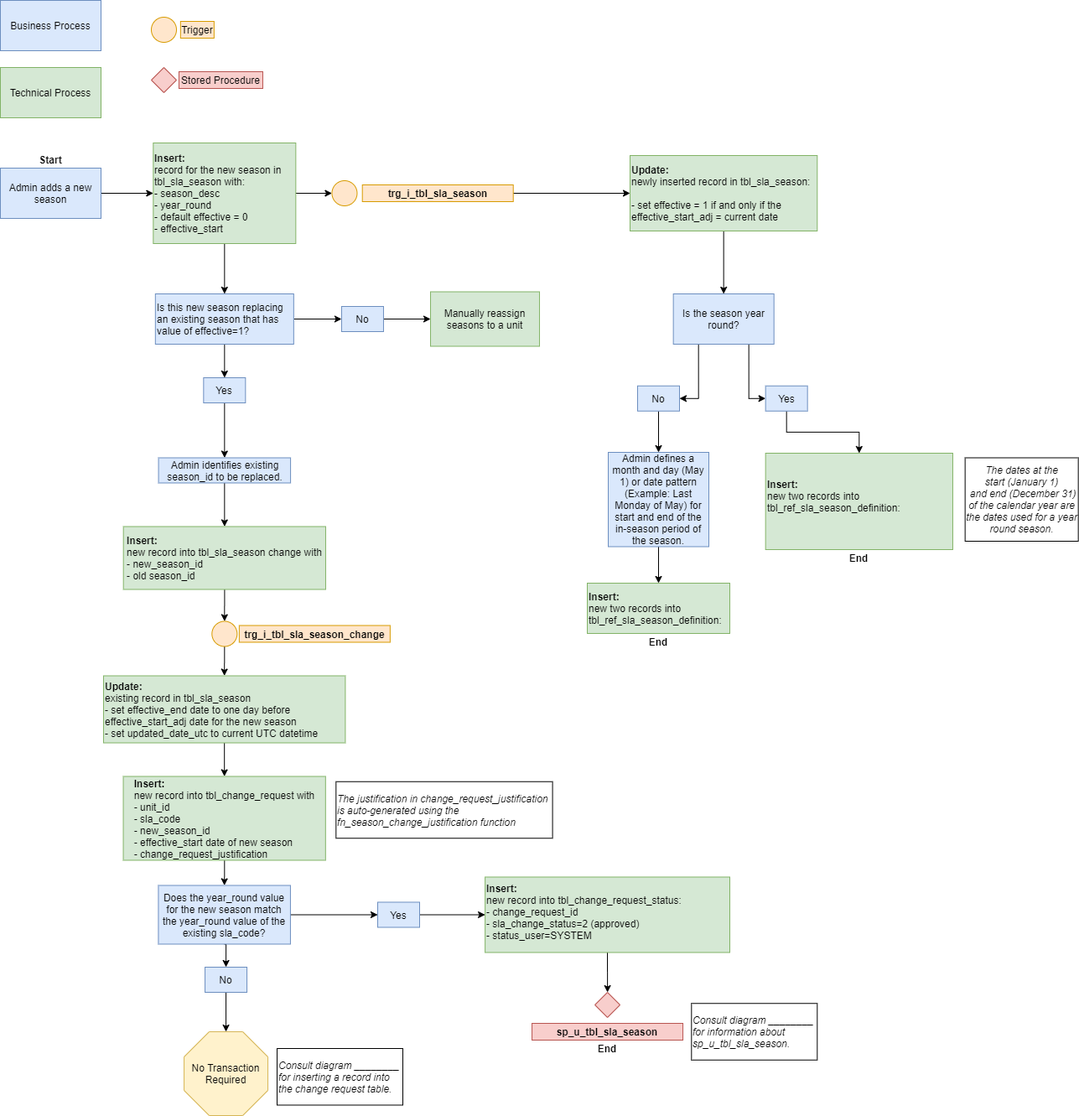
The draw.io diagram images/trg_season_change.png in NYC-Parks/SLADB, before a commit. Source tidied: cells renumbered, new cells last; positions are measured from the earlier drawing's top-left corner, leaving out a move shared by most shapes.
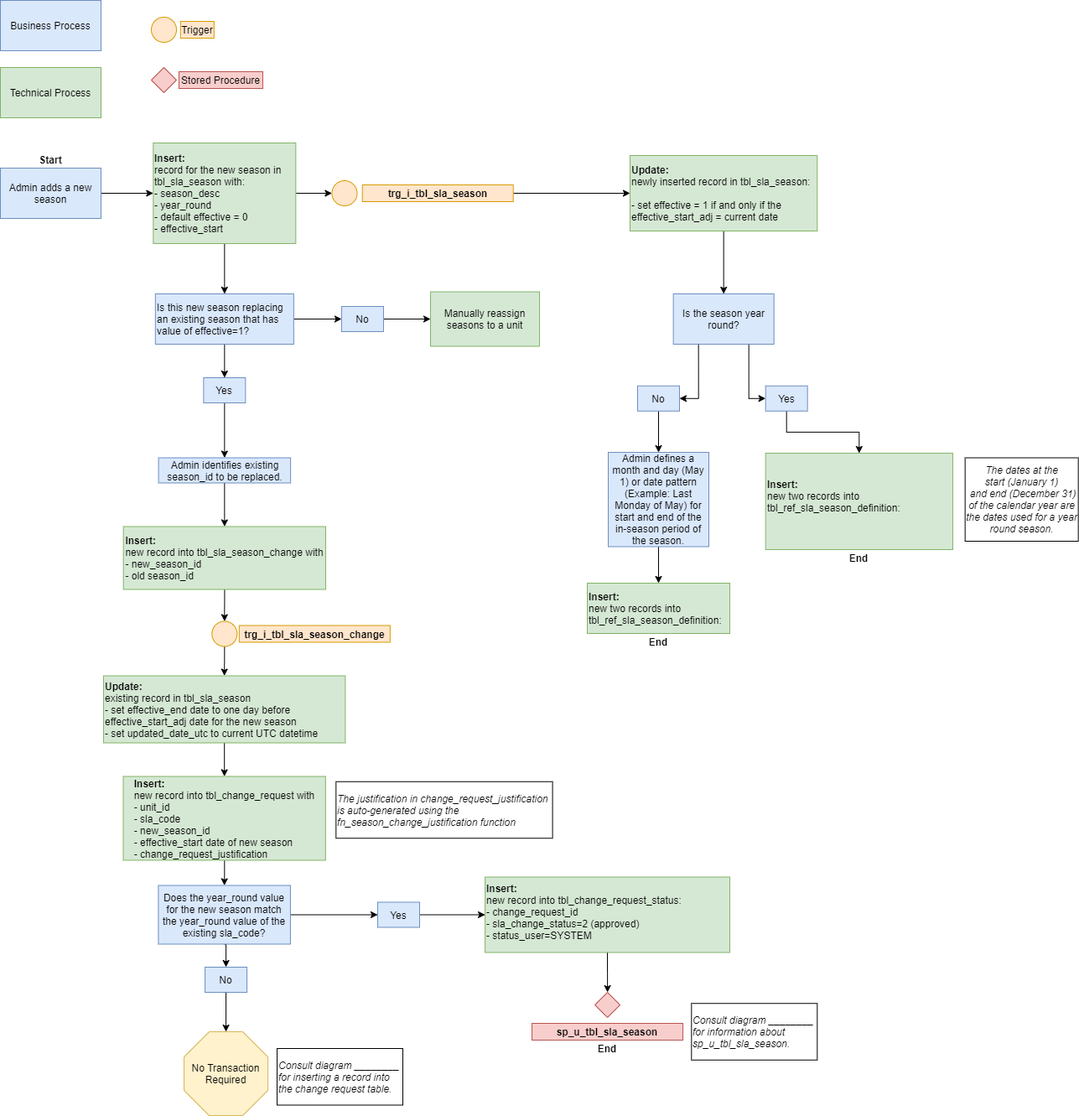
After the change.

Change to the diagram source:
```diff
@@ -53,7 +53,7 @@
     <mxCell id="18" style="edgeStyle=orthogonalEdgeStyle;rounded=0;jettySize=auto;html=1;" parent="1" edge="1" source="19" target="28">
       <mxGeometry relative="1" as="geometry" />
     </mxCell>
-    <mxCell id="19" value="&lt;div style=&quot;text-align: left&quot;&gt;&lt;b&gt;Insert:&lt;/b&gt;&lt;/div&gt;&lt;div style=&quot;text-align: left&quot;&gt;&lt;span&gt;new record into tbl_sla_season change with&lt;/span&gt;&lt;/div&gt;&lt;div style=&quot;text-align: left&quot;&gt;&lt;span&gt;- new_season_id&lt;/span&gt;&lt;/div&gt;&lt;div style=&quot;text-align: left&quot;&gt;&lt;span&gt;- old season_id&lt;/span&gt;&lt;/div&gt;" style="rounded=0;whiteSpace=wrap;html=1;fillColor=#d5e8d4;strokeColor=#82b366;align=center;" parent="1" vertex="1">
+    <mxCell id="19" value="&lt;div style=&quot;text-align: left&quot;&gt;&lt;b&gt;Insert:&lt;/b&gt;&lt;/div&gt;&lt;div style=&quot;text-align: left&quot;&gt;&lt;span&gt;new record into tbl_sla_season_change with&lt;/span&gt;&lt;/div&gt;&lt;div style=&quot;text-align: left&quot;&gt;&lt;span&gt;- new_season_id&lt;/span&gt;&lt;/div&gt;&lt;div style=&quot;text-align: left&quot;&gt;&lt;span&gt;- old season_id&lt;/span&gt;&lt;/div&gt;" style="rounded=0;whiteSpace=wrap;html=1;fillColor=#d5e8d4;strokeColor=#82b366;align=center;" parent="1" vertex="1">
       <mxGeometry x="146.7" y="627.5" width="241.2" height="75" as="geometry" />
     </mxCell>
     <mxCell id="20" style="edgeStyle=orthogonalEdgeStyle;rounded=0;jettySize=auto;html=1;entryX=0.5;entryY=0;entryDx=0;entryDy=0;" parent="1" edge="1" source="21" target="31">
```
